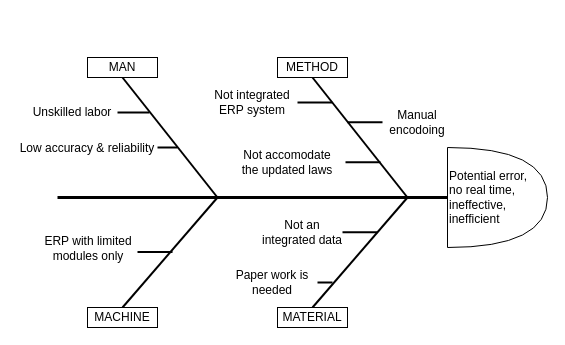
Before: Fishbone ERP.drawio in ariesharry/Diagrams, a draw.io diagram. Source tidied: cells renumbered, new cells numbered last; positions are measured from the earlier drawing's top-left corner, leaving out a move shared by most shapes. Both pictures are drawn from the tidied source at 100%, with x=0, y=0 at pixel (17, 57).
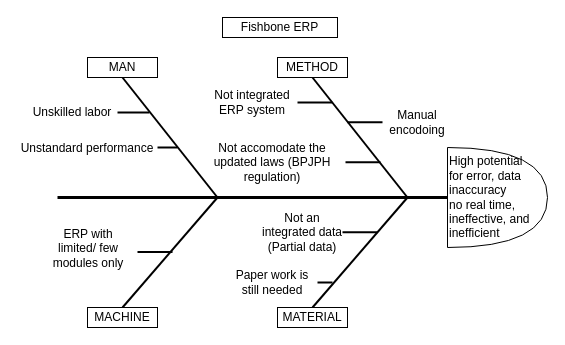
The same diagram, later.

The edit, as a diff of the source:
```diff
@@
-    <mxCell id="11" value="Potential error, &lt;br&gt;no real time, ineffective, inefficient" style="shape=or;whiteSpace=wrap;html=1;align=left;" parent="1" vertex="1">
+    <mxCell id="11" value="High potential &lt;br&gt;for error, data inaccuracy&lt;br&gt;no real time, ineffective, and inefficient" style="shape=or;whiteSpace=wrap;html=1;align=left;" parent="1" vertex="1">
       <mxGeometry x="430" y="90" width="100" height="100" as="geometry" />
     </mxCell>
@@
-    <mxCell id="13" value="Low accuracy &amp;amp; reliability" style="text;html=1;strokeColor=none;fillColor=none;align=center;verticalAlign=middle;whiteSpace=wrap;rounded=0;" parent="1" vertex="1">
+    <mxCell id="13" value="Unstandard performance" style="text;html=1;strokeColor=none;fillColor=none;align=center;verticalAlign=middle;whiteSpace=wrap;rounded=0;" parent="1" vertex="1">
       <mxGeometry y="76" width="140" height="30" as="geometry" />
     </mxCell>
@@
-    <mxCell id="15" value="Not accomodate the updated laws" style="text;html=1;strokeColor=none;fillColor=none;align=center;verticalAlign=middle;whiteSpace=wrap;rounded=0;" parent="1" vertex="1">
-      <mxGeometry x="220" y="90" width="100" height="30" as="geometry" />
+    <mxCell id="15" value="Not accomodate the updated laws (BPJPH regulation)" style="text;html=1;strokeColor=none;fillColor=none;align=center;verticalAlign=middle;whiteSpace=wrap;rounded=0;" parent="1" vertex="1">
+      <mxGeometry x="190" y="90" width="130" height="30" as="geometry" />
     </mxCell>
@@
-    <mxCell id="17" value="ERP with limited modules only" style="text;html=1;strokeColor=none;fillColor=none;align=center;verticalAlign=middle;whiteSpace=wrap;rounded=0;" parent="1" vertex="1">
+    <mxCell id="17" value="ERP with limited/ few modules only" style="text;html=1;strokeColor=none;fillColor=none;align=center;verticalAlign=middle;whiteSpace=wrap;rounded=0;" parent="1" vertex="1">
       <mxGeometry x="26" y="176" width="90" height="30" as="geometry" />
     </mxCell>
-    <mxCell id="18" value="Not an integrated data" style="text;html=1;strokeColor=none;fillColor=none;align=center;verticalAlign=middle;whiteSpace=wrap;rounded=0;" parent="1" vertex="1">
+    <mxCell id="18" value="Not an integrated data (Partial data)" style="text;html=1;strokeColor=none;fillColor=none;align=center;verticalAlign=middle;whiteSpace=wrap;rounded=0;" parent="1" vertex="1">
       <mxGeometry x="240" y="160" width="90" height="30" as="geometry" />
     </mxCell>
@@
-    <mxCell id="20" value="Paper work is needed" style="text;html=1;strokeColor=none;fillColor=none;align=center;verticalAlign=middle;whiteSpace=wrap;rounded=0;" parent="1" vertex="1">
+    <mxCell id="20" value="Paper work is still needed" style="text;html=1;strokeColor=none;fillColor=none;align=center;verticalAlign=middle;whiteSpace=wrap;rounded=0;" parent="1" vertex="1">
       <mxGeometry x="210" y="210" width="90" height="30" as="geometry" />
     </mxCell>
@@
+    <mxCell id="29" value="Fishbone ERP" style="text;html=1;strokeColor=default;fillColor=none;align=center;verticalAlign=middle;whiteSpace=wrap;rounded=0;" parent="1" vertex="1">
+      <mxGeometry x="205" y="-40" width="115" height="20" as="geometry" />
+    </mxCell>
```
